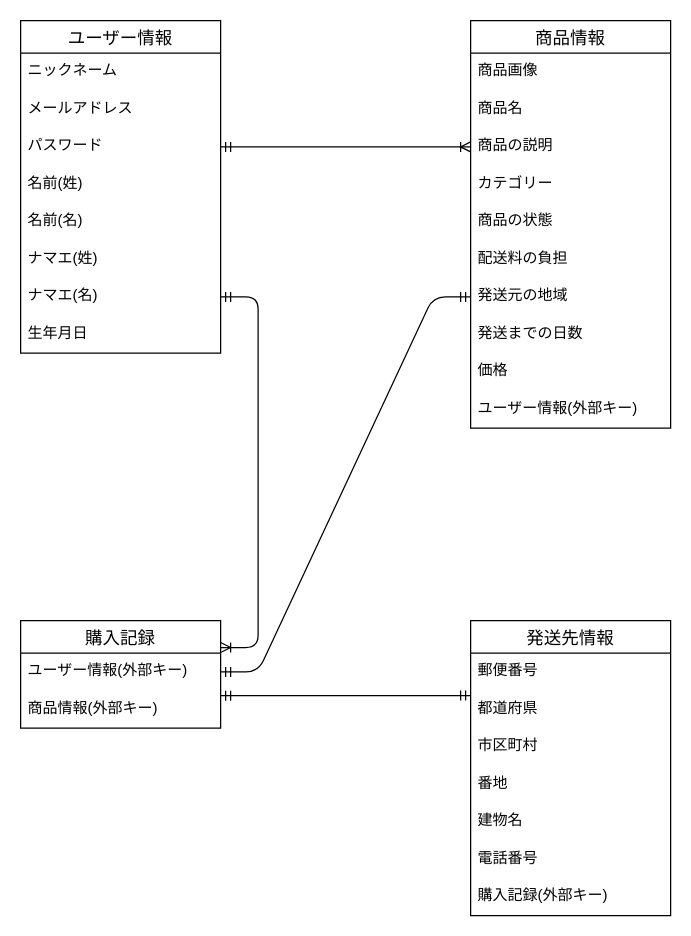
Before: test.dio in naotakaoiwa/furima-39917, a draw.io diagram. Source tidied: cells renumbered, new cells numbered last; positions are measured from the earlier drawing's top-left corner, leaving out a move shared by most shapes. Both pictures are drawn from the tidied source at 125%, with x=0, y=0 at pixel (20, 20).
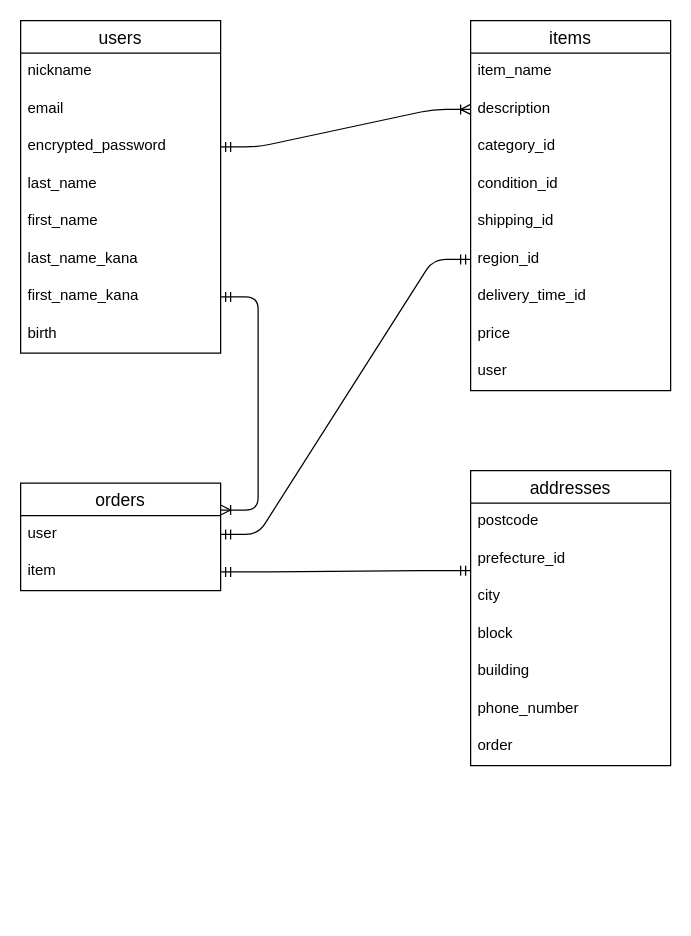
Above is the later version.

Commit message (it also covers changes not shown here):
データベース設計修正1回目

Change to the diagram source:
```diff
@@
-    <mxCell id="2" value="ユーザー情報" style="swimlane;fontStyle=0;horizontal=1;startSize=26;align=center;fontSize=14;" parent="1" vertex="1">
+    <mxCell id="2" value="users" style="swimlane;fontStyle=0;horizontal=1;startSize=26;align=center;fontSize=14;" parent="1" vertex="1">
       <mxGeometry width="160" height="266" as="geometry" />
     </mxCell>
-    <mxCell id="3" value="ニックネーム" style="text;strokeColor=none;fillColor=none;spacingLeft=4;spacingRight=4;overflow=hidden;fontSize=12;" parent="2" vertex="1">
+    <mxCell id="3" value="nickname" style="text;strokeColor=none;fillColor=none;spacingLeft=4;spacingRight=4;overflow=hidden;fontSize=12;" parent="2" vertex="1">
       <mxGeometry y="26" width="160" height="30" as="geometry" />
     </mxCell>
-    <mxCell id="4" value="メールアドレス" style="text;strokeColor=none;fillColor=none;spacingLeft=4;spacingRight=4;overflow=hidden;fontSize=12;" parent="2" vertex="1">
+    <mxCell id="4" value="email" style="text;strokeColor=none;fillColor=none;spacingLeft=4;spacingRight=4;overflow=hidden;fontSize=12;" parent="2" vertex="1">
       <mxGeometry y="56" width="160" height="30" as="geometry" />
     </mxCell>
-    <mxCell id="5" value="パスワード" style="text;strokeColor=none;fillColor=none;spacingLeft=4;spacingRight=4;overflow=hidden;points=[[0,0.5],[1,0.5]];portConstraint=eastwest;fontSize=12;" parent="2" vertex="1">
+    <mxCell id="5" value="encrypted_password" style="text;strokeColor=none;fillColor=none;spacingLeft=4;spacingRight=4;overflow=hidden;points=[[0,0.5],[1,0.5]];portConstraint=eastwest;fontSize=12;" parent="2" vertex="1">
       <mxGeometry y="86" width="160" height="30" as="geometry" />
     </mxCell>
-    <mxCell id="6" value="名前(姓)" style="text;strokeColor=none;fillColor=none;spacingLeft=4;spacingRight=4;overflow=hidden;fontSize=12;" parent="2" vertex="1">
+    <mxCell id="6" value="last_name" style="text;strokeColor=none;fillColor=none;spacingLeft=4;spacingRight=4;overflow=hidden;fontSize=12;" parent="2" vertex="1">
       <mxGeometry y="116" width="160" height="30" as="geometry" />
     </mxCell>
-    <mxCell id="7" value="名前(名)" style="text;strokeColor=none;fillColor=none;spacingLeft=4;spacingRight=4;overflow=hidden;fontSize=12;" parent="2" vertex="1">
+    <mxCell id="7" value="first_name" style="text;strokeColor=none;fillColor=none;spacingLeft=4;spacingRight=4;overflow=hidden;fontSize=12;" parent="2" vertex="1">
       <mxGeometry y="146" width="160" height="30" as="geometry" />
     </mxCell>
-    <mxCell id="8" value="ナマエ(姓)" style="text;strokeColor=none;fillColor=none;spacingLeft=4;spacingRight=4;overflow=hidden;fontSize=12;" parent="2" vertex="1">
+    <mxCell id="8" value="last_name_kana" style="text;strokeColor=none;fillColor=none;spacingLeft=4;spacingRight=4;overflow=hidden;fontSize=12;" parent="2" vertex="1">
       <mxGeometry y="176" width="160" height="30" as="geometry" />
     </mxCell>
-    <mxCell id="9" value="ナマエ(名)" style="text;strokeColor=none;fillColor=none;spacingLeft=4;spacingRight=4;overflow=hidden;points=[[0,0.5],[1,0.5]];portConstraint=eastwest;fontSize=12;" parent="2" vertex="1">
+    <mxCell id="9" value="first_name_kana" style="text;strokeColor=none;fillColor=none;spacingLeft=4;spacingRight=4;overflow=hidden;points=[[0,0.5],[1,0.5]];portConstraint=eastwest;fontSize=12;" parent="2" vertex="1">
       <mxGeometry y="206" width="160" height="30" as="geometry" />
     </mxCell>
-    <mxCell id="10" value="生年月日" style="text;strokeColor=none;fillColor=none;spacingLeft=4;spacingRight=4;overflow=hidden;fontSize=12;" parent="2" vertex="1">
+    <mxCell id="10" value="birth" style="text;strokeColor=none;fillColor=none;spacingLeft=4;spacingRight=4;overflow=hidden;fontSize=12;" parent="2" vertex="1">
       <mxGeometry y="236" width="160" height="30" as="geometry" />
     </mxCell>
-    <mxCell id="11" value="商品情報" style="swimlane;fontStyle=0;horizontal=1;startSize=26;align=center;fontSize=14;" parent="1" vertex="1">
-      <mxGeometry x="360" width="160" height="326" as="geometry" />
+    <mxCell id="11" value="items" style="swimlane;fontStyle=0;horizontal=1;startSize=26;align=center;fontSize=14;" parent="1" vertex="1">
+      <mxGeometry x="360" width="160" height="296" as="geometry" />
     </mxCell>
-    <mxCell id="12" value="商品画像" style="text;strokeColor=none;fillColor=none;spacingLeft=4;spacingRight=4;overflow=hidden;fontSize=12;" parent="11" vertex="1">
-      <mxGeometry y="26" width="160" height="30" as="geometry" />
-    </mxCell>
-    <mxCell id="13" value="商品名" style="text;strokeColor=none;fillColor=none;spacingLeft=4;spacingRight=4;overflow=hidden;fontSize=12;" parent="11" vertex="1">
-      <mxGeometry y="56" width="160" height="30" as="geometry" />
+    <mxCell id="13" value="item_name" style="text;strokeColor=none;fillColor=none;spacingLeft=4;spacingRight=4;overflow=hidden;fontSize=12;" parent="11" vertex="1">
+      <mxGeometry y="26" width="160" height="30" as="geometry" />
     </mxCell>
-    <mxCell id="14" value="商品の説明" style="text;strokeColor=none;fillColor=none;spacingLeft=4;spacingRight=4;overflow=hidden;points=[[0,0.5],[1,0.5]];portConstraint=eastwest;fontSize=12;" parent="11" vertex="1">
-      <mxGeometry y="86" width="160" height="30" as="geometry" />
+    <mxCell id="14" value="description" style="text;strokeColor=none;fillColor=none;spacingLeft=4;spacingRight=4;overflow=hidden;points=[[0,0.5],[1,0.5]];portConstraint=eastwest;fontSize=12;" parent="11" vertex="1">
+      <mxGeometry y="56" width="160" height="30" as="geometry" />
     </mxCell>
-    <mxCell id="15" value="カテゴリー" style="text;strokeColor=none;fillColor=none;spacingLeft=4;spacingRight=4;overflow=hidden;fontSize=12;" parent="11" vertex="1">
-      <mxGeometry y="116" width="160" height="30" as="geometry" />
+    <mxCell id="15" value="category_id" style="text;strokeColor=none;fillColor=none;spacingLeft=4;spacingRight=4;overflow=hidden;fontSize=12;" parent="11" vertex="1">
+      <mxGeometry y="86" width="160" height="30" as="geometry" />
     </mxCell>
-    <mxCell id="16" value="商品の状態" style="text;strokeColor=none;fillColor=none;spacingLeft=4;spacingRight=4;overflow=hidden;fontSize=12;" parent="11" vertex="1">
-      <mxGeometry y="146" width="160" height="30" as="geometry" />
+    <mxCell id="16" value="condition_id" style="text;strokeColor=none;fillColor=none;spacingLeft=4;spacingRight=4;overflow=hidden;fontSize=12;" parent="11" vertex="1">
+      <mxGeometry y="116" width="160" height="30" as="geometry" />
     </mxCell>
-    <mxCell id="17" value="配送料の負担" style="text;strokeColor=none;fillColor=none;spacingLeft=4;spacingRight=4;overflow=hidden;fontSize=12;" parent="11" vertex="1">
-      <mxGeometry y="176" width="160" height="30" as="geometry" />
+    <mxCell id="17" value="shipping_id" style="text;strokeColor=none;fillColor=none;spacingLeft=4;spacingRight=4;overflow=hidden;fontSize=12;" parent="11" vertex="1">
+      <mxGeometry y="146" width="160" height="30" as="geometry" />
     </mxCell>
-    <mxCell id="18" value="発送元の地域" style="text;strokeColor=none;fillColor=none;spacingLeft=4;spacingRight=4;overflow=hidden;points=[[0,0.5],[1,0.5]];portConstraint=eastwest;fontSize=12;" parent="11" vertex="1">
-      <mxGeometry y="206" width="160" height="30" as="geometry" />
+    <mxCell id="18" value="region_id" style="text;strokeColor=none;fillColor=none;spacingLeft=4;spacingRight=4;overflow=hidden;points=[[0,0.5],[1,0.5]];portConstraint=eastwest;fontSize=12;" parent="11" vertex="1">
+      <mxGeometry y="176" width="160" height="30" as="geometry" />
     </mxCell>
-    <mxCell id="19" value="発送までの日数" style="text;strokeColor=none;fillColor=none;spacingLeft=4;spacingRight=4;overflow=hidden;fontSize=12;" parent="11" vertex="1">
-      <mxGeometry y="236" width="160" height="30" as="geometry" />
+    <mxCell id="19" value="delivery_time_id" style="text;strokeColor=none;fillColor=none;spacingLeft=4;spacingRight=4;overflow=hidden;fontSize=12;" parent="11" vertex="1">
+      <mxGeometry y="206" width="160" height="30" as="geometry" />
     </mxCell>
-    <mxCell id="20" value="価格" style="text;strokeColor=none;fillColor=none;spacingLeft=4;spacingRight=4;overflow=hidden;fontSize=12;" parent="11" vertex="1">
-      <mxGeometry y="266" width="160" height="30" as="geometry" />
+    <mxCell id="20" value="price" style="text;strokeColor=none;fillColor=none;spacingLeft=4;spacingRight=4;overflow=hidden;fontSize=12;" parent="11" vertex="1">
+      <mxGeometry y="236" width="160" height="30" as="geometry" />
     </mxCell>
-    <mxCell id="21" value="ユーザー情報(外部キー)" style="text;strokeColor=none;fillColor=none;spacingLeft=4;spacingRight=4;overflow=hidden;fontSize=12;" parent="11" vertex="1">
-      <mxGeometry y="296" width="160" height="30" as="geometry" />
+    <mxCell id="21" value="user" style="text;strokeColor=none;fillColor=none;spacingLeft=4;spacingRight=4;overflow=hidden;fontSize=12;" parent="11" vertex="1">
+      <mxGeometry y="266" width="160" height="30" as="geometry" />
     </mxCell>
-    <mxCell id="22" value="購入記録" style="swimlane;fontStyle=0;horizontal=1;startSize=26;align=center;fontSize=14;" parent="1" vertex="1">
-      <mxGeometry y="480" width="160" height="86" as="geometry" />
+    <mxCell id="22" value="orders" style="swimlane;fontStyle=0;horizontal=1;startSize=26;align=center;fontSize=14;" parent="1" vertex="1">
+      <mxGeometry y="370" width="160" height="86" as="geometry" />
     </mxCell>
-    <mxCell id="23" value="ユーザー情報(外部キー)" style="text;strokeColor=none;fillColor=none;spacingLeft=4;spacingRight=4;overflow=hidden;points=[[0,0.5],[1,0.5]];portConstraint=eastwest;fontSize=12;" parent="22" vertex="1">
+    <mxCell id="23" value="user" style="text;strokeColor=none;fillColor=none;spacingLeft=4;spacingRight=4;overflow=hidden;points=[[0,0.5],[1,0.5]];portConstraint=eastwest;fontSize=12;" parent="22" vertex="1">
       <mxGeometry y="26" width="160" height="30" as="geometry" />
     </mxCell>
-    <mxCell id="24" value="商品情報(外部キー)" style="text;strokeColor=none;fillColor=none;spacingLeft=4;spacingRight=4;overflow=hidden;points=[[0,0.5],[1,0.5]];portConstraint=eastwest;fontSize=12;" parent="22" vertex="1">
+    <mxCell id="24" value="item" style="text;strokeColor=none;fillColor=none;spacingLeft=4;spacingRight=4;overflow=hidden;points=[[0,0.5],[1,0.5]];portConstraint=eastwest;fontSize=12;" parent="22" vertex="1">
       <mxGeometry y="56" width="160" height="30" as="geometry" />
     </mxCell>
-    <mxCell id="25" value="発送先情報" style="swimlane;fontStyle=0;horizontal=1;startSize=26;align=center;fontSize=14;" parent="1" vertex="1">
-      <mxGeometry x="360" y="480" width="160" height="236" as="geometry" />
+    <mxCell id="25" value="addresses" style="swimlane;fontStyle=0;horizontal=1;startSize=26;align=center;fontSize=14;" parent="1" vertex="1">
+      <mxGeometry x="360" y="360" width="160" height="236" as="geometry" />
     </mxCell>
-    <mxCell id="26" value="郵便番号" style="text;strokeColor=none;fillColor=none;spacingLeft=4;spacingRight=4;overflow=hidden;fontSize=12;" parent="25" vertex="1">
+    <mxCell id="26" value="postcode" style="text;strokeColor=none;fillColor=none;spacingLeft=4;spacingRight=4;overflow=hidden;fontSize=12;" parent="25" vertex="1">
       <mxGeometry y="26" width="160" height="30" as="geometry" />
     </mxCell>
-    <mxCell id="27" value="都道府県" style="text;strokeColor=none;fillColor=none;spacingLeft=4;spacingRight=4;overflow=hidden;points=[[0,0.5],[1,0.5]];portConstraint=eastwest;fontSize=12;" parent="25" vertex="1">
+    <mxCell id="27" value="prefecture_id" style="text;strokeColor=none;fillColor=none;spacingLeft=4;spacingRight=4;overflow=hidden;points=[[0,0.5],[1,0.5]];portConstraint=eastwest;fontSize=12;" parent="25" vertex="1">
       <mxGeometry y="56" width="160" height="30" as="geometry" />
     </mxCell>
-    <mxCell id="28" value="市区町村" style="text;strokeColor=none;fillColor=none;spacingLeft=4;spacingRight=4;overflow=hidden;fontSize=12;" parent="25" vertex="1">
+    <mxCell id="28" value="city" style="text;strokeColor=none;fillColor=none;spacingLeft=4;spacingRight=4;overflow=hidden;fontSize=12;" parent="25" vertex="1">
       <mxGeometry y="86" width="160" height="30" as="geometry" />
     </mxCell>
-    <mxCell id="29" value="番地" style="text;strokeColor=none;fillColor=none;spacingLeft=4;spacingRight=4;overflow=hidden;fontSize=12;" parent="25" vertex="1">
+    <mxCell id="29" value="block" style="text;strokeColor=none;fillColor=none;spacingLeft=4;spacingRight=4;overflow=hidden;fontSize=12;" parent="25" vertex="1">
       <mxGeometry y="116" width="160" height="30" as="geometry" />
     </mxCell>
-    <mxCell id="30" value="建物名" style="text;strokeColor=none;fillColor=none;spacingLeft=4;spacingRight=4;overflow=hidden;fontSize=12;" parent="25" vertex="1">
+    <mxCell id="30" value="building" style="text;strokeColor=none;fillColor=none;spacingLeft=4;spacingRight=4;overflow=hidden;fontSize=12;" parent="25" vertex="1">
       <mxGeometry y="146" width="160" height="30" as="geometry" />
     </mxCell>
-    <mxCell id="31" value="電話番号" style="text;strokeColor=none;fillColor=none;spacingLeft=4;spacingRight=4;overflow=hidden;fontSize=12;" parent="25" vertex="1">
+    <mxCell id="31" value="phone_number" style="text;strokeColor=none;fillColor=none;spacingLeft=4;spacingRight=4;overflow=hidden;fontSize=12;" parent="25" vertex="1">
       <mxGeometry y="176" width="160" height="30" as="geometry" />
     </mxCell>
-    <mxCell id="32" value="購入記録(外部キー)" style="text;strokeColor=none;fillColor=none;spacingLeft=4;spacingRight=4;overflow=hidden;fontSize=12;" parent="25" vertex="1">
+    <mxCell id="32" value="order" style="text;strokeColor=none;fillColor=none;spacingLeft=4;spacingRight=4;overflow=hidden;fontSize=12;" parent="25" vertex="1">
       <mxGeometry y="206" width="160" height="30" as="geometry" />
     </mxCell>
@@
-    <mxCell id="35" style="edgeStyle=entityRelationEdgeStyle;fontSize=12;html=1;endArrow=ERmandOne;startArrow=ERmandOne;entryX=0;entryY=0.5;entryDx=0;entryDy=0;exitX=1;exitY=0.5;exitDx=0;exitDy=0;" parent="1" edge="1" target="18">
-      <mxGeometry relative="1" as="geometry">
-        <mxPoint x="160" y="521" as="sourcePoint" />
-      </mxGeometry>
+    <mxCell id="35" style="edgeStyle=entityRelationEdgeStyle;fontSize=12;html=1;endArrow=ERmandOne;startArrow=ERmandOne;entryX=0;entryY=0.5;entryDx=0;entryDy=0;exitX=1;exitY=0.5;exitDx=0;exitDy=0;" parent="1" edge="1" source="23" target="18">
+      <mxGeometry relative="1" as="geometry" />
     </mxCell>
-    <mxCell id="36" style="edgeStyle=entityRelationEdgeStyle;fontSize=12;html=1;endArrow=ERmandOne;startArrow=ERmandOne;entryX=0;entryY=0.133;entryDx=0;entryDy=0;entryPerimeter=0;" parent="1" edge="1" target="27">
+    <mxCell id="36" style="edgeStyle=entityRelationEdgeStyle;fontSize=12;html=1;endArrow=ERmandOne;startArrow=ERmandOne;exitX=1;exitY=0.5;exitDx=0;exitDy=0;" parent="1" edge="1" source="24">
       <mxGeometry relative="1" as="geometry">
-        <mxPoint x="160" y="540" as="sourcePoint" />
+        <mxPoint x="360" y="440" as="targetPoint" />
       </mxGeometry>
     </mxCell>
```
